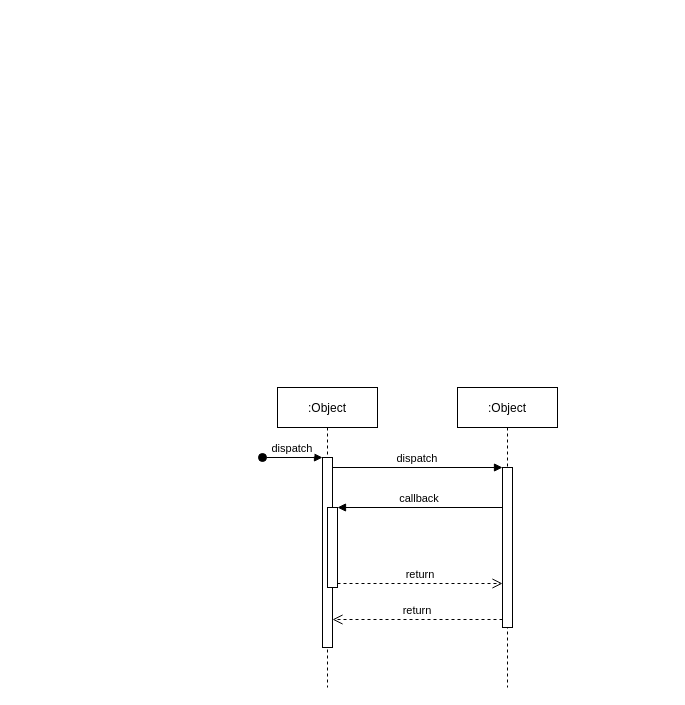
Before: Diagram Tanpa Judul.drawio in juanangelaalma/uml, a draw.io diagram. Source tidied: cells renumbered, new cells numbered last; positions are measured from the earlier drawing's top-left corner, leaving out a move shared by most shapes. Both pictures are drawn from the tidied source at 100%, with x=0, y=0 at pixel (262, 387).
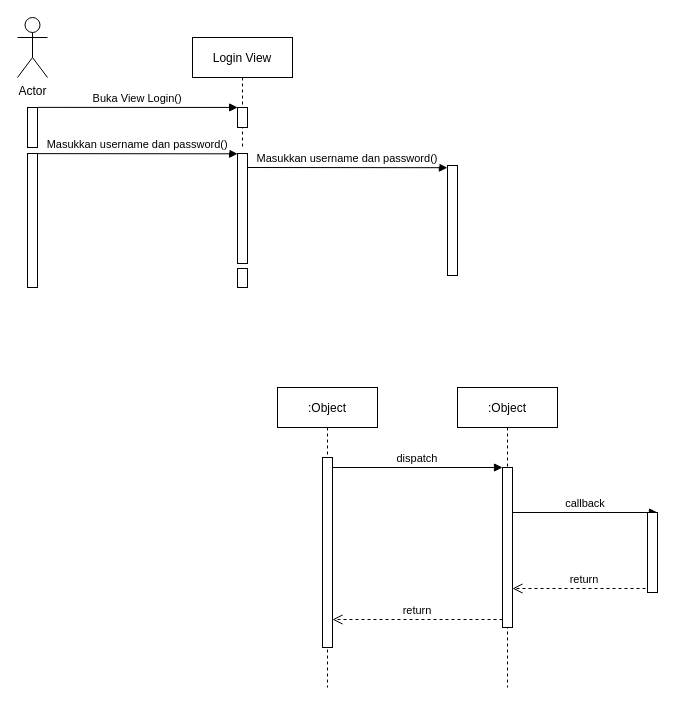
After the change.

The change refers to these unchanged cells:
```xml
<mxCell id="2" value=":Object" style="shape=umlLifeline;perimeter=lifelinePerimeter;rounded=0;shadow=0;strokeWidth=1;" parent="1" vertex="1">
  <mxGeometry x="15" width="100" height="300" as="geometry" />
</mxCell>
<mxCell id="3" style="points=[];perimeter=orthogonalPerimeter;rounded=0;shadow=0;strokeWidth=1;" parent="2" vertex="1">
  <mxGeometry x="45" y="70" width="10" height="190" as="geometry" />
</mxCell>
```

Change to the diagram source:
```diff
@@
-    <mxCell id="4" value="dispatch" style="verticalAlign=bottom;startArrow=oval;endArrow=block;startSize=8;shadow=0;strokeWidth=1;" parent="2" edge="1" target="3">
-      <mxGeometry relative="1" as="geometry">
-        <mxPoint x="-15" y="70" as="sourcePoint" />
-      </mxGeometry>
-    </mxCell>
-    <mxCell id="5" style="points=[];perimeter=orthogonalPerimeter;rounded=0;shadow=0;strokeWidth=1;" parent="2" vertex="1">
-      <mxGeometry x="50" y="120" width="10" height="80" as="geometry" />
-    </mxCell>
@@
+    <mxCell id="5" style="points=[];perimeter=orthogonalPerimeter;rounded=0;shadow=0;strokeWidth=1;" parent="1" vertex="1">
+      <mxGeometry x="385" y="125" width="10" height="80" as="geometry" />
+    </mxCell>
+    <mxCell id="12" value="Actor" style="shape=umlActor;verticalLabelPosition=bottom;verticalAlign=top;html=1;" parent="1" vertex="1">
+      <mxGeometry x="-245" y="-370" width="30" height="60" as="geometry" />
+    </mxCell>
+    <mxCell id="13" value="Login View" style="shape=umlLifeline;perimeter=lifelinePerimeter;rounded=0;shadow=0;strokeWidth=1;" parent="1" vertex="1">
+      <mxGeometry x="-70" y="-350" width="100" height="110" as="geometry" />
+    </mxCell>
+    <mxCell id="14" style="points=[];perimeter=orthogonalPerimeter;rounded=0;shadow=0;strokeWidth=1;" parent="13" vertex="1">
+      <mxGeometry x="45" y="70" width="10" height="20" as="geometry" />
+    </mxCell>
+    <mxCell id="15" value="Buka View Login()" style="verticalAlign=bottom;endArrow=block;entryX=0.018;entryY=-0.003;shadow=0;strokeWidth=1;entryDx=0;entryDy=0;entryPerimeter=0;exitX=1.015;exitY=-0.003;exitDx=0;exitDy=0;exitPerimeter=0;" parent="1" edge="1" source="16" target="14">
+      <mxGeometry relative="1" as="geometry" />
+    </mxCell>
+    <mxCell id="16" style="points=[];perimeter=orthogonalPerimeter;rounded=0;shadow=0;strokeWidth=1;" parent="1" vertex="1">
+      <mxGeometry x="-235" y="-280" width="10" height="40" as="geometry" />
+    </mxCell>
+    <mxCell id="17" style="points=[];perimeter=orthogonalPerimeter;rounded=0;shadow=0;strokeWidth=1;" parent="1" vertex="1">
+      <mxGeometry x="-235" y="-234" width="10" height="134" as="geometry" />
+    </mxCell>
+    <mxCell id="18" style="points=[];perimeter=orthogonalPerimeter;rounded=0;shadow=0;strokeWidth=1;" parent="1" vertex="1">
+      <mxGeometry x="-25" y="-234" width="10" height="110" as="geometry" />
+    </mxCell>
+    <mxCell id="19" value="Masukkan username dan password()" style="verticalAlign=bottom;endArrow=block;entryX=0.009;entryY=0.003;shadow=0;strokeWidth=1;entryDx=0;entryDy=0;entryPerimeter=0;exitX=1.017;exitY=0.001;exitDx=0;exitDy=0;exitPerimeter=0;" parent="1" edge="1" source="17" target="18">
+      <mxGeometry relative="1" as="geometry" />
+    </mxCell>
+    <mxCell id="20" style="perimeter=orthogonalPerimeter;rounded=0;shadow=0;strokeWidth=1;" parent="1" vertex="1">
+      <mxGeometry x="-25" y="-119" width="10" height="19" as="geometry" />
+    </mxCell>
+    <mxCell id="21" value="Masukkan username dan password()" style="verticalAlign=bottom;endArrow=block;entryX=0.009;entryY=0.003;shadow=0;strokeWidth=1;entryDx=0;entryDy=0;entryPerimeter=0;exitX=1.017;exitY=0.001;exitDx=0;exitDy=0;exitPerimeter=0;" parent="1" edge="1">
+      <mxGeometry relative="1" as="geometry">
+        <mxPoint x="-15" y="-220" as="sourcePoint" />
+        <mxPoint x="184.9" y="-219.8" as="targetPoint" />
+      </mxGeometry>
+    </mxCell>
+    <mxCell id="22" style="perimeter=orthogonalPerimeter;rounded=0;shadow=0;strokeWidth=1;" parent="1" vertex="1">
+      <mxGeometry x="185" y="-222" width="10" height="110" as="geometry" />
+    </mxCell>
```
